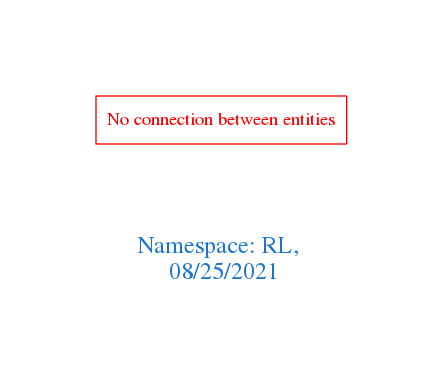
Above: downloads/RL.png in arago/OGIT (Graphviz), before the change. Its source is kept beside it as downloads/RL.dot.
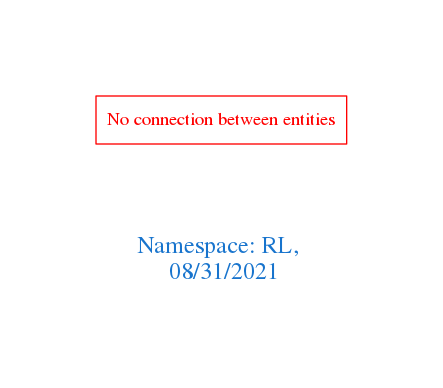
Later version of the same file.

The edit, as a diff of the source:
```diff
@@ -1,7 +1,7 @@
 digraph OGIT_ontology {
  graph [ rankdir= LR,pad=1
 fontsize = 18,
-fontcolor= dodgerblue3,label = "\n\n\nNamespace: RL, \n 08/25/2021"];
+fontcolor= dodgerblue3,label = "\n\n\nNamespace: RL, \n 08/31/2021"];
 node[shape=polygon];
 edge [  color="gray81"];
 
```
